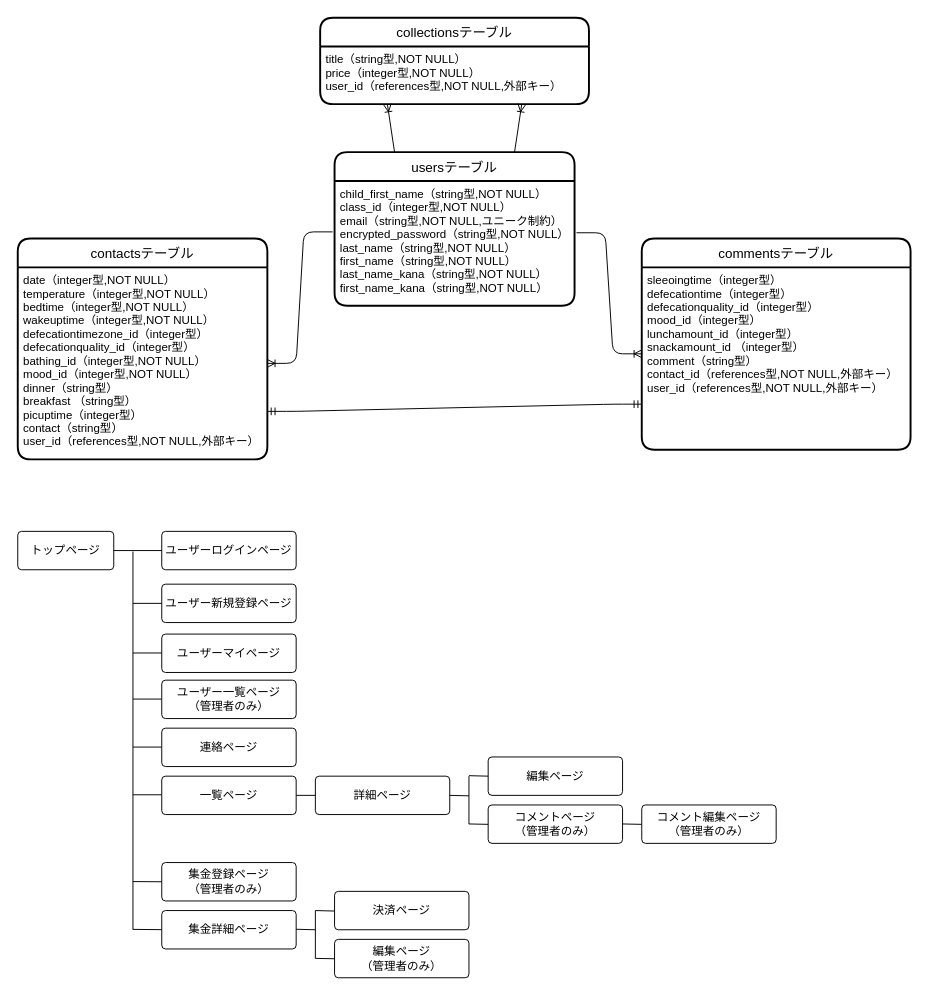
Above: contact.dio in sugisanize/contact_book (draw.io), before the change. Source tidied: cells renumbered, new cells numbered last; positions are measured from the earlier drawing's top-left corner, leaving out a move shared by most shapes. Both pictures are drawn from the tidied source at 96%, with x=0, y=0 at pixel (17, 17).
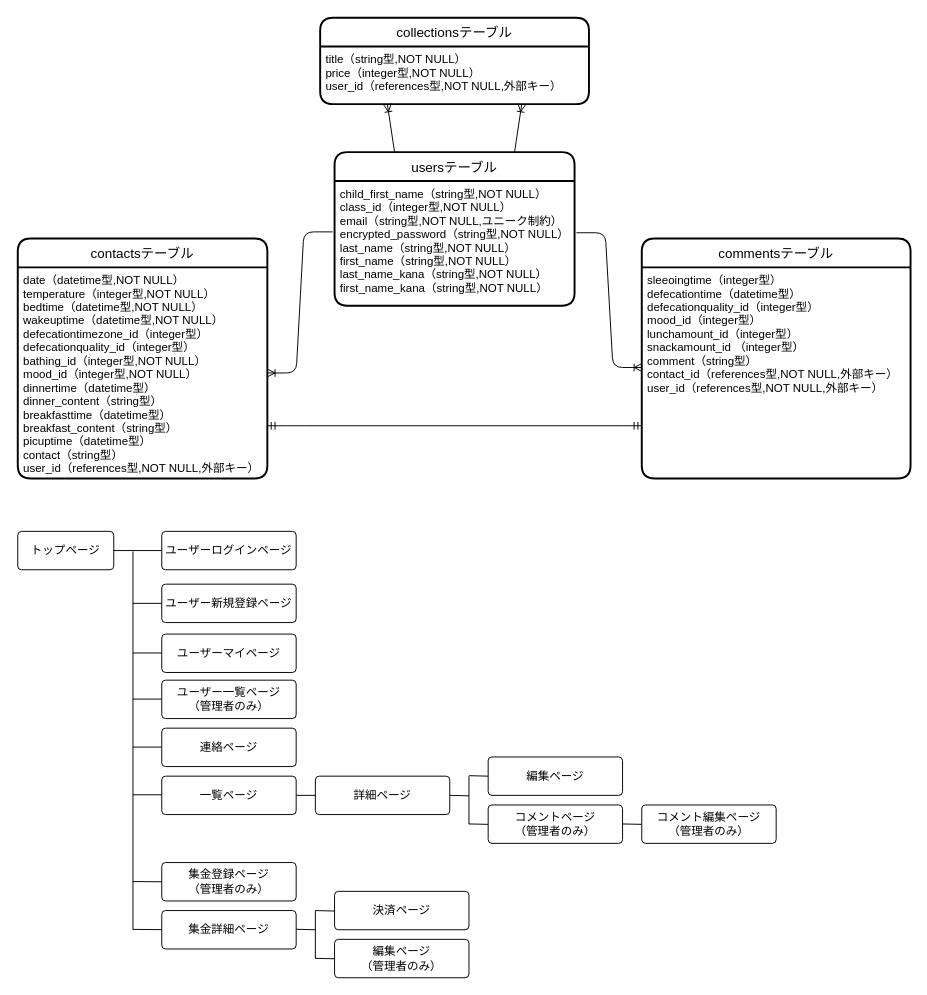
Above is the later version.

The edit, as a diff of the source:
```diff
@@
     <mxCell id="6" value="contactsテーブル" style="swimlane;horizontal=1;startSize=30;rounded=1;fontSize=14;fontStyle=0;strokeWidth=2;shadow=0;dashed=0;align=center;" parent="1" vertex="1">
-      <mxGeometry y="230" width="260" height="230" as="geometry" />
+      <mxGeometry y="230" width="260" height="250" as="geometry" />
     </mxCell>
-    <mxCell id="7" value="date（integer型,NOT NULL）&#10;temperature（integer型,NOT NULL）&#10;bedtime（integer型,NOT NULL）&#10;wakeuptime（integer型,NOT NULL）&#10;defecationtimezone_id（integer型）&#10;defecationquality_id（integer型）&#10;bathing_id（integer型,NOT NULL）&#10;mood_id（integer型,NOT NULL）&#10;dinner（string型）&#10;breakfast （string型）&#10;picuptime（integer型）&#10;contact（string型）&#10;user_id（references型,NOT NULL,外部キー）" style="align=left;strokeColor=none;fillColor=none;spacingLeft=4;fontSize=12;verticalAlign=top;" parent="6" vertex="1">
-      <mxGeometry y="30" width="260" height="200" as="geometry" />
+    <mxCell id="7" value="date（datetime型,NOT NULL）&#10;temperature（integer型,NOT NULL）&#10;bedtime（datetime型,NOT NULL）&#10;wakeuptime（datetime型,NOT NULL）&#10;defecationtimezone_id（integer型）&#10;defecationquality_id（integer型）&#10;bathing_id（integer型,NOT NULL）&#10;mood_id（integer型,NOT NULL）&#10;dinnertime（datetime型）&#10;dinner_content（string型）&#10;breakfasttime（datetime型）&#10;breakfast_content（string型）&#10;picuptime（datetime型）&#10;contact（string型）&#10;user_id（references型,NOT NULL,外部キー）" style="align=left;strokeColor=none;fillColor=none;spacingLeft=4;fontSize=12;verticalAlign=top;" parent="6" vertex="1">
+      <mxGeometry y="30" width="260" height="220" as="geometry" />
     </mxCell>
     <mxCell id="8" value="commentsテーブル" style="swimlane;horizontal=1;startSize=30;rounded=1;fontSize=14;fontStyle=0;strokeWidth=2;shadow=0;dashed=0;align=center;" parent="1" vertex="1">
-      <mxGeometry x="650" y="230" width="280" height="220" as="geometry" />
+      <mxGeometry x="650" y="230" width="280" height="250" as="geometry" />
     </mxCell>
-    <mxCell id="9" value="sleeoingtime（integer型）&#10;defecationtime（integer型）&#10;defecationquality_id（integer型）&#10;mood_id（integer型）&#10;lunchamount_id（integer型）&#10;snackamount_id （integer型）&#10;comment（string型）&#10;contact_id（references型,NOT NULL,外部キー）&#10;user_id（references型,NOT NULL,外部キー）" style="align=left;strokeColor=none;fillColor=none;spacingLeft=4;fontSize=12;verticalAlign=top;" parent="8" vertex="1">
-      <mxGeometry y="30" width="280" height="190" as="geometry" />
+    <mxCell id="9" value="sleeoingtime（integer型）&#10;defecationtime（datetime型）&#10;defecationquality_id（integer型）&#10;mood_id（integer型）&#10;lunchamount_id（integer型）&#10;snackamount_id （integer型）&#10;comment（string型）&#10;contact_id（references型,NOT NULL,外部キー）&#10;user_id（references型,NOT NULL,外部キー）" style="align=left;strokeColor=none;fillColor=none;spacingLeft=4;fontSize=12;verticalAlign=top;" parent="8" vertex="1">
+      <mxGeometry y="30" width="280" height="220" as="geometry" />
     </mxCell>
```
